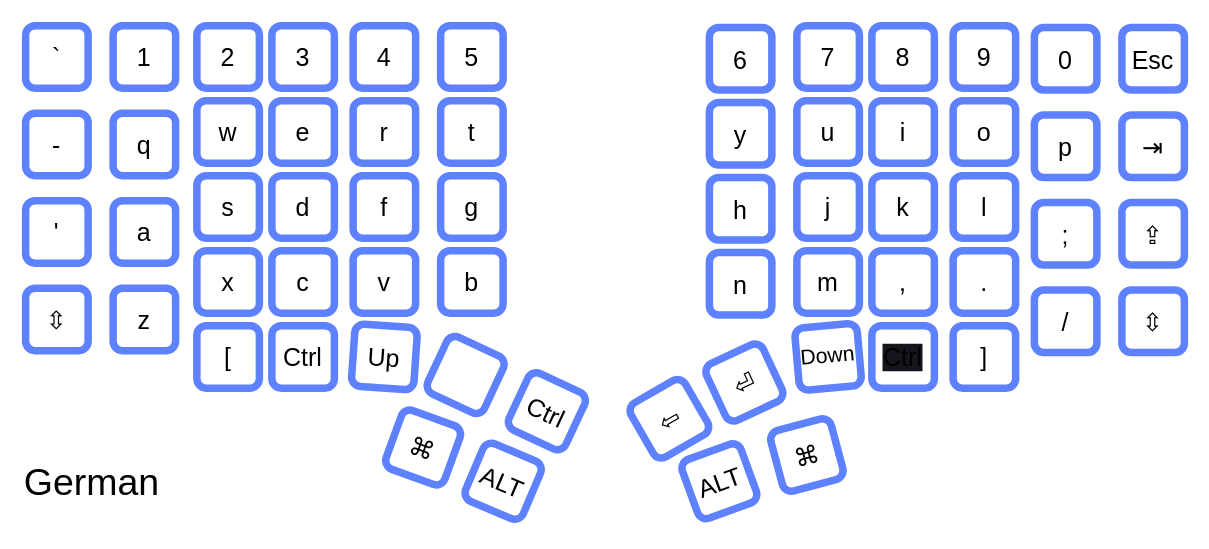
Before: page "Ge - Mac" (15 of 16) of layouts.drawio in maxistar/dacty, a draw.io diagram. Source tidied: cells renumbered, new cells numbered last; positions are measured from the earlier drawing's top-left corner, leaving out a move shared by most shapes. Both pictures are drawn from the tidied source at 125%, with x=0, y=0 at pixel (21, 25).
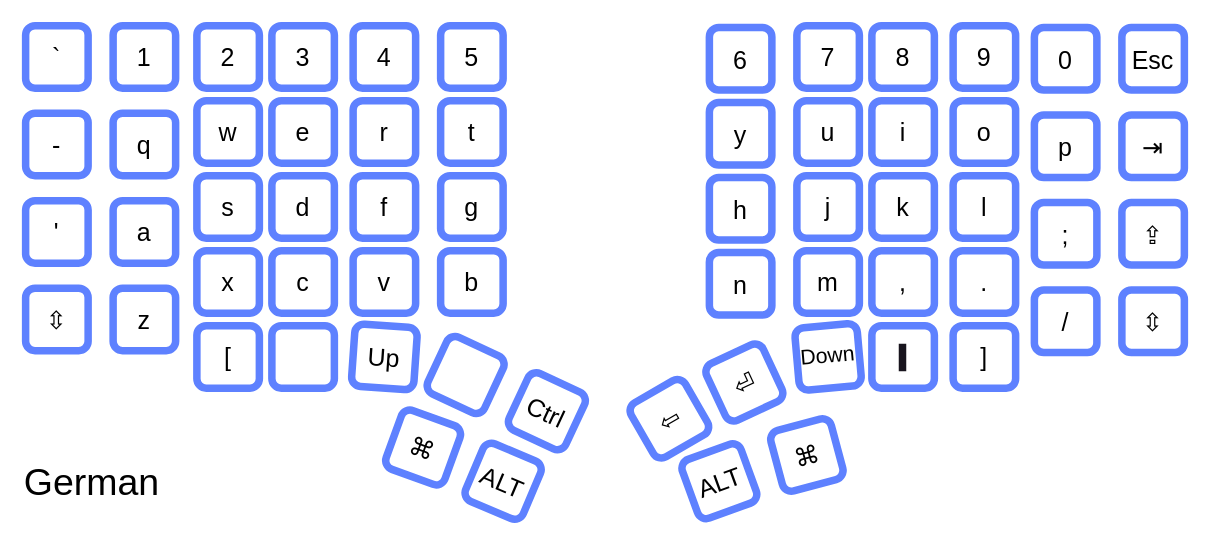
The same diagram, later.

What changed in the source:
```diff
@@
-    <mxCell id="48" value="&lt;span style=&quot;font-size: 20px; background-color: rgb(24, 20, 29);&quot;&gt;Ctrl&lt;/span&gt;" style="rounded=1;whiteSpace=wrap;html=1;strokeWidth=6;strokeColor=#5E81FF;" parent="1" vertex="1">
+    <mxCell id="48" value="&lt;span style=&quot;font-size: 20px; background-color: rgb(24, 20, 29);&quot;&gt;&amp;nbsp;&lt;/span&gt;" style="rounded=1;whiteSpace=wrap;html=1;strokeWidth=6;strokeColor=#5E81FF;" parent="1" vertex="1">
       <mxGeometry x="680" y="240" width="50" height="50" as="geometry" />
     </mxCell>
@@
-    <mxCell id="63" value="&lt;span style=&quot;font-size: 20px;&quot;&gt;Ctrl&lt;/span&gt;" style="rounded=1;whiteSpace=wrap;html=1;strokeWidth=6;strokeColor=#5E81FF;" parent="1" vertex="1">
+    <mxCell id="63" value="&lt;span style=&quot;font-size: 20px;&quot;&gt;&amp;nbsp;&lt;/span&gt;" style="rounded=1;whiteSpace=wrap;html=1;strokeWidth=6;strokeColor=#5E81FF;" parent="1" vertex="1">
       <mxGeometry x="200" y="240" width="50" height="50" as="geometry" />
     </mxCell>
```
